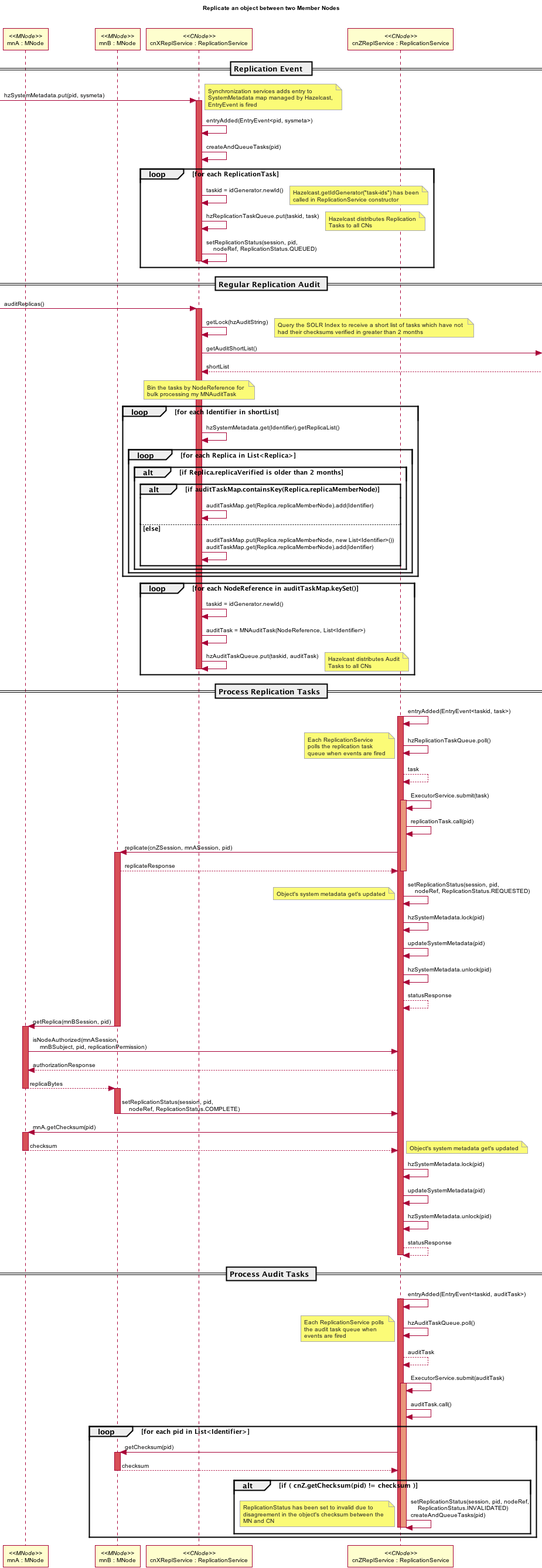
Above: source/design/UseCases/images/09_seq.png in datadavev/DataONE_architecture (PlantUML), before the change.
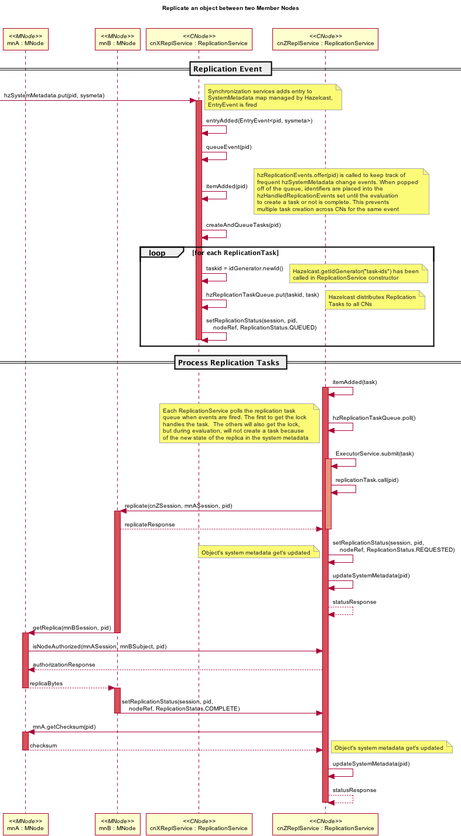
After the commit.

The edit, as a diff of the source:
```diff
@@ -75,6 +75,17 @@
 end note
 
 cnXrepl -> cnXrepl : entryAdded(EntryEvent<pid, sysmeta>)
+cnXrepl -> cnXrepl : queueEvent(pid)
+cnXrepl -> cnXrepl : itemAdded(pid)
+note right
+  hzReplicationEvents.offer(pid) is called to keep track of
+  frequent hzSystemMetadata change events. When popped
+  off of the queue, identifiers are placed into the
+  hzHandledReplicationEvents set until the evaluation
+  to create a task or not is complete. This prevents
+  multiple task creation across CNs for the same event
+end note
+
 cnXrepl -> cnXrepl : createAndQueueTasks(pid)
 
 loop for each ReplicationTask
@@ -92,57 +103,18 @@
 deactivate cnXrepl
 end loop
 
-== Regular Replication Audit ==
-
- [-> cnXrepl : auditReplicas()
- activate cnXrepl #D74F57
-
- cnXrepl -> cnXrepl : getLock(hzAuditString)
- note right
-   Query the SOLR Index to receive a short list of tasks which have not
-   had their checksums verified in greater than 2 months
- end note
- cnXrepl ->] : getAuditShortList()
- cnXrepl <--] : shortList
-
- note over cnXrepl
- Bin the tasks by NodeReference for
- bulk processing my MNAuditTask
- end note
- loop for each Identifier in shortList
- cnXrepl -> cnXrepl : hzSystemMetadata.get(Identifier).getReplicaList()
- loop for each Replica in List<Replica>
- alt if Replica.replicaVerified is older than 2 months
- alt if auditTaskMap.containsKey(Replica.replicaMemberNode)
- cnXrepl -> cnXrepl : auditTaskMap.get(Replica.replicaMemberNode).add(Identifier)
- else else
- cnXrepl -> cnXrepl : auditTaskMap.put(Replica.replicaMemberNode, new List<Identifier>())\nauditTaskMap.get(Replica.replicaMemberNode).add(Identifier)
- end
- end
- end loop
- end loop
- loop for each NodeReference in auditTaskMap.keySet()
- cnXrepl -> cnXrepl : taskid = idGenerator.newId()
- cnXrepl -> cnXrepl : auditTask = MNAuditTask(NodeReference, List<Identifier>)
- cnXrepl -> cnXrepl : hzAuditTaskQueue.put(taskid, auditTask)
- end loop
- note right
-   Hazelcast distributes Audit
-   Tasks to all CNs
- end note
- deactivate cnXrepl
-
 == Process Replication Tasks ==
 
-cnZ -> cnZ: entryAdded(EntryEvent<taskid, task>)
+cnZ -> cnZ: itemAdded(task)
 activate cnZ #D74F57
 cnZ -> cnZ: hzReplicationTaskQueue.poll()
 note left
-  Each ReplicationService
-  polls the replication task
-  queue when events are fired
+  Each ReplicationService polls the replication task
+  queue when events are fired. The first to get the lock
+  handles the task.  The others will also get the lock,
+  but during evaluation, will not create a task because
+  of the new state of the replica in the system metadata
 end note
-cnZ --> cnZ: task
 
 cnZ -> cnZ: ExecutorService.submit(task)
 activate cnZ #DarkSalmon
@@ -157,15 +129,13 @@
  Object's system metadata get's updated
 end note
 
-cnZ -> cnZ: hzSystemMetadata.lock(pid)
 cnZ -> cnZ: updateSystemMetadata(pid)
-cnZ -> cnZ: hzSystemMetadata.unlock(pid)
 cnZ --> cnZ: statusResponse
 
 mnB -> mnA: getReplica(mnBSession, pid)
 deactivate mnB
 activate mnA #D74F57
-mnA -> cnZ: isNodeAuthorized(mnASession, \n    mnBSubject, pid, replicationPermission)
+mnA -> cnZ: isNodeAuthorized(mnASession, mnBSubject, pid)
 cnZ --> mnA: authorizationResponse
 mnA --> mnB: replicaBytes
 deactivate mnA
@@ -182,42 +152,10 @@
 end note
 
 deactivate mnA
-cnZ -> cnZ: hzSystemMetadata.lock(pid)
 cnZ -> cnZ: updateSystemMetadata(pid)
-cnZ -> cnZ: hzSystemMetadata.unlock(pid)
 cnZ --> cnZ: statusResponse
 deactivate cnZ
 
-== Process Audit Tasks ==
-
-cnZ -> cnZ: entryAdded(EntryEvent<taskid, auditTask>)
-activate cnZ #D74F57
-cnZ -> cnZ: hzAuditTaskQueue.poll()
-note left
-  Each ReplicationService polls
-  the audit task queue when
-  events are fired
-end note
-cnZ --> cnZ: auditTask
-
-cnZ -> cnZ : ExecutorService.submit(auditTask)
-activate cnZ #DarkSalmon
-cnZ -> cnZ : auditTask.call()
-
-loop for each pid in List<Identifier>
-cnZ -> mnB : getChecksum(pid)
-activate mnB #D74F57
-mnB --> cnZ : checksum
-deactivate mnB
-alt if ( cnZ.getChecksum(pid) != checksum )
-cnZ -> cnZ : setReplicationStatus(session, pid, nodeRef,  \n    ReplicationStatus.INVALIDATED) \ncreateAndQueueTasks(pid)
-note left
-  ReplicationStatus has been set to invalid due to
-  disagreement in the object's checksum between the
-  MN and CN
-end note
-end
-end loop
 
 deactivate cnZ
 deactivate cnZ
```
